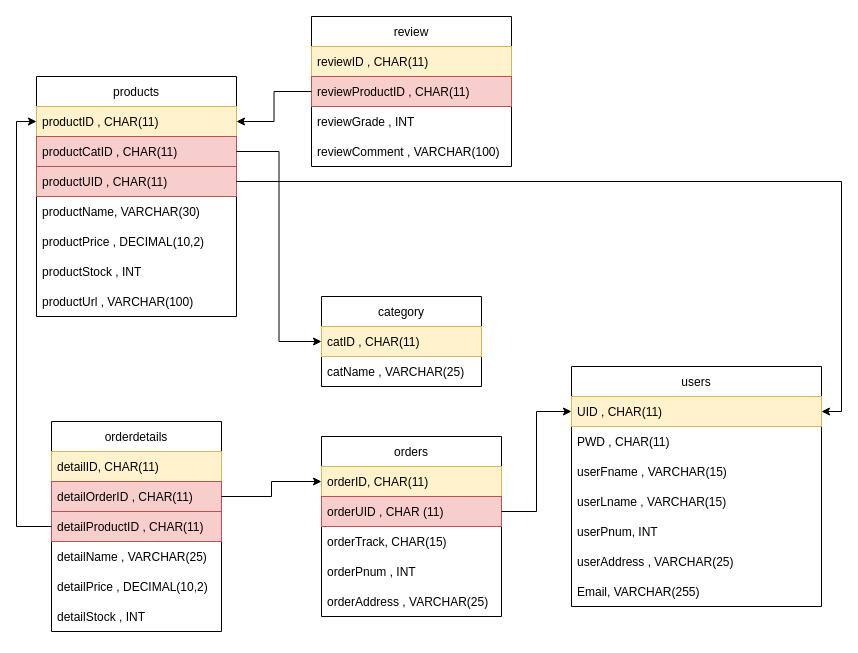
This is Charts/flowchart.drawio from AlexanderSelfors/D0018E, a draw.io file, before an edit. Source tidied: cells renumbered, new cells numbered last; positions are measured from the earlier drawing's top-left corner, leaving out a move shared by most shapes. Both pictures are drawn from the tidied source at 100%, with x=0, y=0 at pixel (36, 16).
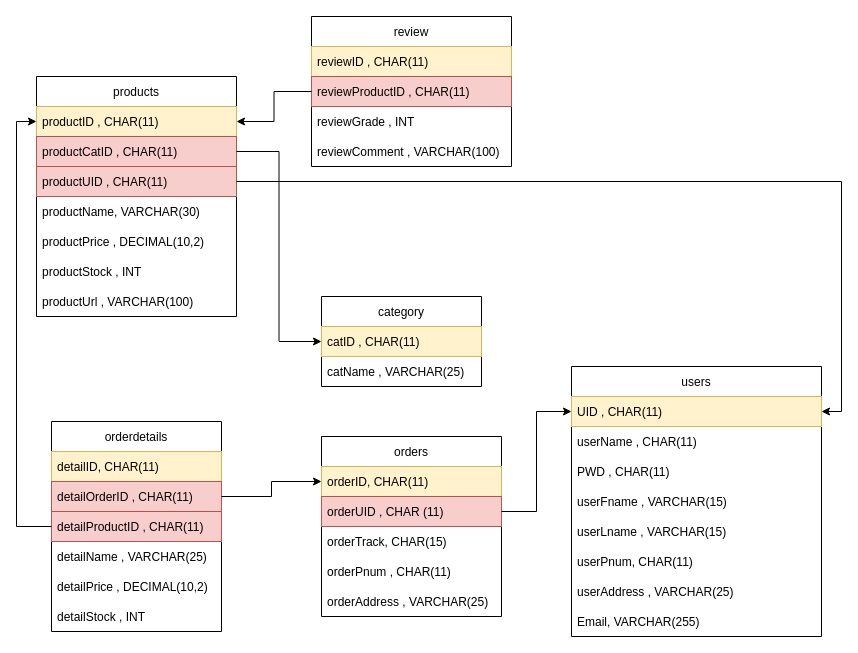
The same diagram, later.

The change refers to these unchanged cells:
```xml
<mxCell id="18" value="orders" style="swimlane;fontStyle=0;horizontal=1;startSize=30;" parent="1" vertex="1">
  <mxGeometry x="285" y="420" width="180" height="180" as="geometry" />
</mxCell>
```

What changed in the source:
```diff
@@
     <mxCell id="2" value="users" style="swimlane;fontStyle=0;horizontal=1;startSize=30;" parent="1" vertex="1">
-      <mxGeometry x="535" y="350" width="250" height="240" as="geometry" />
+      <mxGeometry x="535" y="350" width="250" height="270" as="geometry" />
     </mxCell>
@@
+    <mxCell id="45" value="userName , CHAR(11)" style="text;strokeColor=none;fillColor=none;align=left;verticalAlign=middle;spacingLeft=4;spacingRight=4;overflow=hidden;" parent="2" vertex="1">
+      <mxGeometry y="60" width="250" height="30" as="geometry" />
+    </mxCell>
     <mxCell id="4" value="PWD , CHAR(11)" style="text;strokeColor=none;fillColor=none;align=left;verticalAlign=middle;spacingLeft=4;spacingRight=4;overflow=hidden;" parent="2" vertex="1">
-      <mxGeometry y="60" width="250" height="30" as="geometry" />
+      <mxGeometry y="90" width="250" height="30" as="geometry" />
     </mxCell>
     <mxCell id="5" value="userFname , VARCHAR(15)" style="text;strokeColor=none;fillColor=none;align=left;verticalAlign=middle;spacingLeft=4;spacingRight=4;overflow=hidden;" parent="2" vertex="1">
-      <mxGeometry y="90" width="250" height="30" as="geometry" />
+      <mxGeometry y="120" width="250" height="30" as="geometry" />
     </mxCell>
     <mxCell id="6" value="userLname , VARCHAR(15)" style="text;strokeColor=none;fillColor=none;align=left;verticalAlign=middle;spacingLeft=4;spacingRight=4;overflow=hidden;" parent="2" vertex="1">
-      <mxGeometry y="120" width="250" height="30" as="geometry" />
+      <mxGeometry y="150" width="250" height="30" as="geometry" />
     </mxCell>
-    <mxCell id="7" value="userPnum, INT " style="text;strokeColor=none;fillColor=none;align=left;verticalAlign=middle;spacingLeft=4;spacingRight=4;overflow=hidden;" parent="2" vertex="1">
-      <mxGeometry y="150" width="250" height="30" as="geometry" />
+    <mxCell id="7" value="userPnum, CHAR(11)" style="text;strokeColor=none;fillColor=none;align=left;verticalAlign=middle;spacingLeft=4;spacingRight=4;overflow=hidden;" parent="2" vertex="1">
+      <mxGeometry y="180" width="250" height="30" as="geometry" />
     </mxCell>
     <mxCell id="8" value="userAddress , VARCHAR(25)" style="text;strokeColor=none;fillColor=none;align=left;verticalAlign=middle;spacingLeft=4;spacingRight=4;overflow=hidden;" parent="2" vertex="1">
-      <mxGeometry y="180" width="250" height="30" as="geometry" />
+      <mxGeometry y="210" width="250" height="30" as="geometry" />
     </mxCell>
     <mxCell id="9" value="Email, VARCHAR(255)" style="text;strokeColor=none;fillColor=none;align=left;verticalAlign=middle;spacingLeft=4;spacingRight=4;overflow=hidden;" parent="2" vertex="1">
-      <mxGeometry y="210" width="250" height="30" as="geometry" />
+      <mxGeometry y="240" width="250" height="30" as="geometry" />
     </mxCell>
@@
-    <mxCell id="22" value="orderPnum , INT" style="text;strokeColor=none;fillColor=none;align=left;verticalAlign=middle;spacingLeft=4;spacingRight=4;overflow=hidden;" parent="18" vertex="1">
+    <mxCell id="22" value="orderPnum , CHAR(11)" style="text;strokeColor=none;fillColor=none;align=left;verticalAlign=middle;spacingLeft=4;spacingRight=4;overflow=hidden;" parent="18" vertex="1">
       <mxGeometry y="120" width="180" height="30" as="geometry" />
     </mxCell>
```
